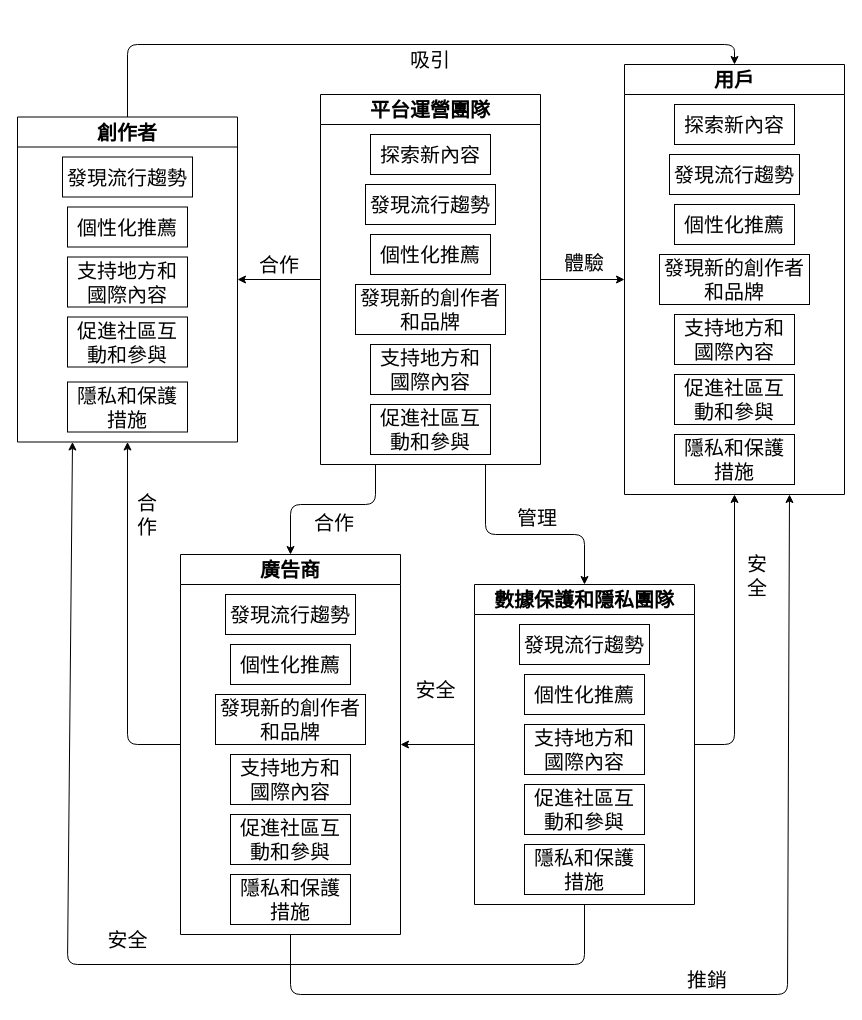
Above: serch2.drawio in jeffwei0/1122_Final-project (draw.io), before the change. Source tidied: cells renumbered, new cells numbered last; positions are measured from the earlier drawing's top-left corner, leaving out a move shared by most shapes. Both pictures are drawn from the tidied source at 100%, with x=0, y=0 at pixel (17, 44).
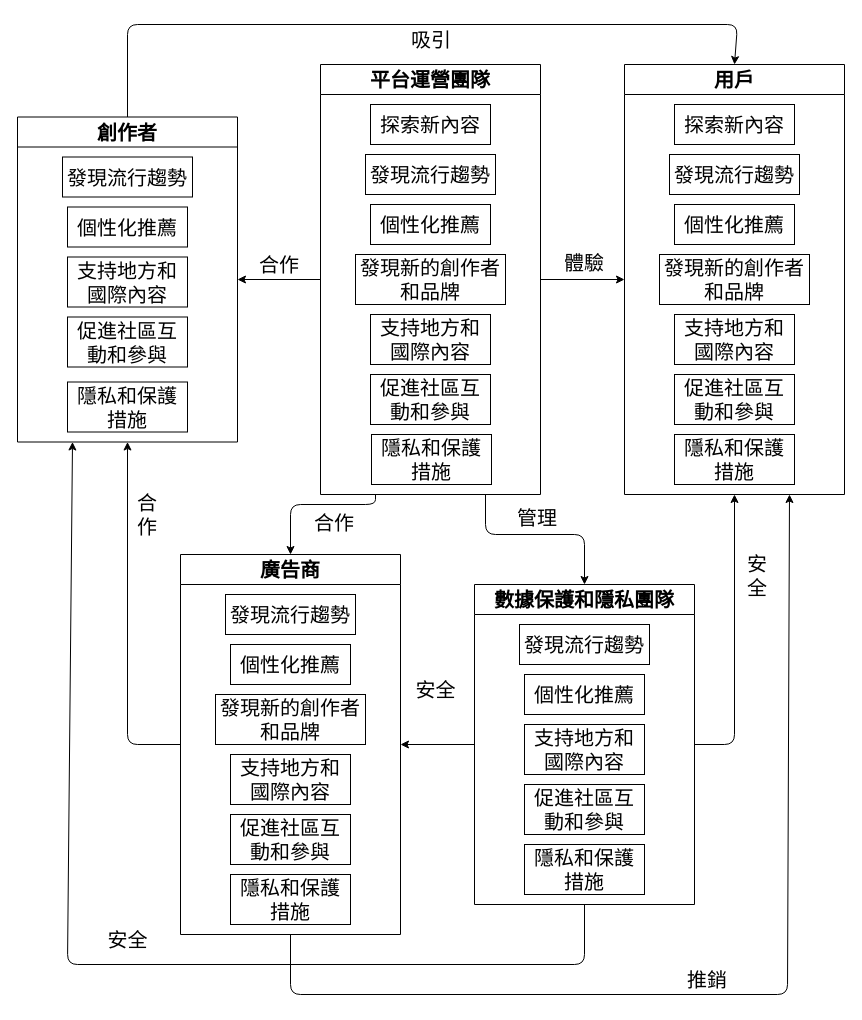
The same page after the edit.

The change refers to these unchanged cells:
```xml
<mxCell id="2" value="&lt;font style=&quot;font-size: 20px;&quot;&gt;用戶&lt;/font&gt;" style="swimlane;whiteSpace=wrap;html=1;startSize=30;" parent="1" vertex="1">
  <mxGeometry x="607" y="20" width="220" height="430" as="geometry" />
</mxCell>
<mxCell id="12" value="&lt;font style=&quot;font-size: 20px;&quot;&gt;創作者&lt;/font&gt;" style="swimlane;whiteSpace=wrap;html=1;startSize=30;" parent="1" vertex="1">
  <mxGeometry y="72.5" width="220" height="325" as="geometry" />
</mxCell>
```

Change to the diagram source:
```diff
@@
     <mxCell id="10" style="edgeStyle=none;html=1;exitX=0.5;exitY=0;exitDx=0;exitDy=0;fontSize=20;entryX=0.5;entryY=0;entryDx=0;entryDy=0;" parent="1" edge="1" source="12" target="2">
       <mxGeometry relative="1" as="geometry">
         <Array as="points">
-          <mxPoint x="110" />
-          <mxPoint x="717" />
+          <mxPoint x="110" y="-20" />
+          <mxPoint x="720" y="-20" />
         </Array>
       </mxGeometry>
     </mxCell>
@@
     <mxCell id="30" value="&lt;font style=&quot;font-size: 20px;&quot;&gt;平台運營團隊&lt;/font&gt;" style="swimlane;whiteSpace=wrap;html=1;startSize=30;" parent="1" vertex="1">
-      <mxGeometry x="303" y="50" width="220" height="370" as="geometry" />
+      <mxGeometry x="303" y="20" width="220" height="430" as="geometry" />
     </mxCell>
@@
+    <mxCell id="56" value="隱私和保護措施" style="rounded=0;whiteSpace=wrap;html=1;fontSize=20;" parent="30" vertex="1">
+      <mxGeometry x="51" y="370" width="120" height="50" as="geometry" />
+    </mxCell>
@@
     <mxCell id="42" value="吸引" style="text;html=1;strokeColor=none;fillColor=none;align=center;verticalAlign=middle;whiteSpace=wrap;rounded=0;fontSize=20;" parent="1" vertex="1">
-      <mxGeometry x="383" width="60" height="30" as="geometry" />
+      <mxGeometry x="384" y="-20" width="60" height="30" as="geometry" />
     </mxCell>
```
